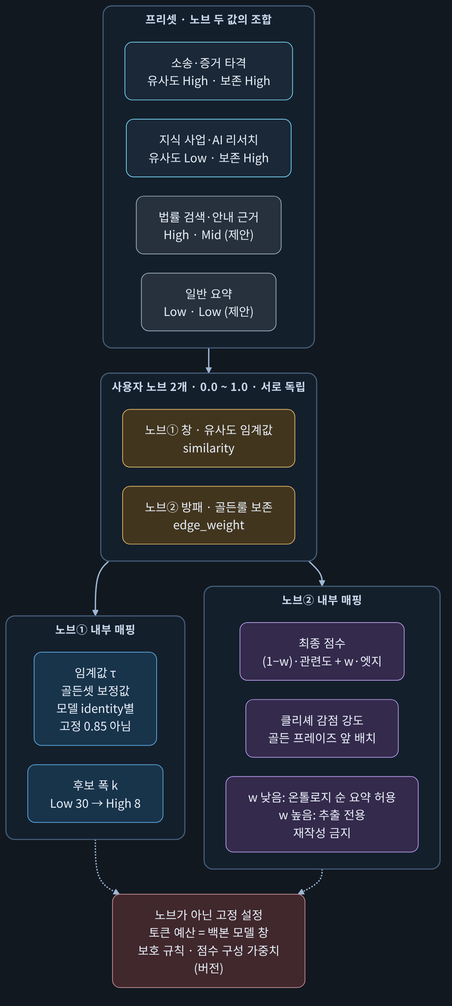
Above: docs/diagrams/03-two-knobs.png in ai-agent-orchestrator/langchain-rag-research-agent (Mermaid), before the change. Its source is kept beside it as docs/diagrams/03-two-knobs.mmd.
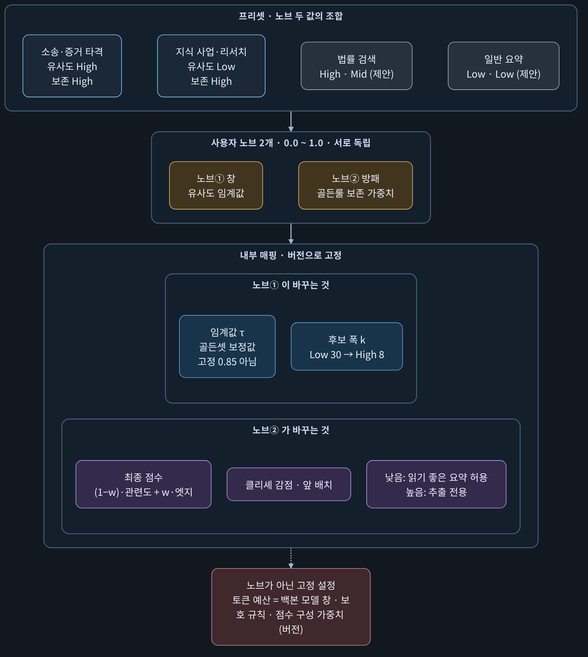
After the change.

Diff of the diagram source:
```diff
@@ -1,38 +1,32 @@
 flowchart TB
   subgraph P["프리셋 · 노브 두 값의 조합"]
     direction LR
-    P1["소송·증거 타격<br/>유사도 High · 보존 High"]
-    P2["지식 사업·AI 리서치<br/>유사도 Low · 보존 High"]
-    P3["법률 검색·안내 근거<br/>High · Mid (제안)"]
-    P4["일반 요약<br/>Low · Low (제안)"]
+    P1["소송·증거 타격<br/>유사도 High<br/>보존 High"] ~~~ P2["지식 사업·리서치<br/>유사도 Low<br/>보존 High"] ~~~ P3["법률 검색<br/>High · Mid (제안)"] ~~~ P4["일반 요약<br/>Low · Low (제안)"]
   end
   subgraph K["사용자 노브 2개 · 0.0 ~ 1.0 · 서로 독립"]
     direction LR
-    K1["노브① 창 · 유사도 임계값<br/>similarity"]
-    K2["노브② 방패 · 골든룰 보존<br/>edge_weight"]
+    K1["노브① 창<br/>유사도 임계값"] ~~~ K2["노브② 방패<br/>골든룰 보존 가중치"]
   end
-  subgraph M1G["노브① 내부 매핑"]
+  subgraph MAP["내부 매핑 · 버전으로 고정"]
     direction LR
-    M1["임계값 τ<br/>골든셋 보정값<br/>모델 identity별<br/>고정 0.85 아님"]
-    M2["후보 폭 k<br/>Low 30 → High 8"]
+    subgraph MB["노브② 가 바꾸는 것"]
+      direction TB
+      M3["최종 점수<br/>(1−w)·관련도 + w·엣지"]
+      M4["클리셰 감점 · 앞 배치"]
+      M5["낮음: 읽기 좋은 요약 허용<br/>높음: 추출 전용"]
+    end
+    subgraph MA["노브① 이 바꾸는 것"]
+      direction TB
+      M1["임계값 τ<br/>골든셋 보정값<br/>고정 0.85 아님"]
+      M2["후보 폭 k<br/>Low 30 → High 8"]
+    end
   end
-  subgraph M2G["노브② 내부 매핑"]
-    direction LR
-    M3["최종 점수<br/>(1−w)·관련도 + w·엣지"]
-    M4["클리셰 감점 강도<br/>골든 프레이즈 앞 배치"]
-    M5["w 낮음: 온톨로지 순 요약 허용<br/>w 높음: 추출 전용<br/>재작성 금지"]
-  end
-  P --> K
-  K1 --> M1G
-  K2 --> M2G
-  FIX["노브가 아닌 고정 설정<br/>토큰 예산 = 백본 모델 창<br/>보호 규칙 · 점수 구성 가중치(버전)"]
-  M1G -.-> FIX
-  M2G -.-> FIX
+  FIX["노브가 아닌 고정 설정<br/>토큰 예산 = 백본 모델 창 · 보호 규칙 · 점수 구성 가중치 (버전)"]
+  P --> K --> MAP -.-> FIX
   classDef strategy fill:#173b3e,stroke:#66cfc8,color:#e6edf6;
   classDef architecture fill:#342a4c,stroke:#b39ae5,color:#e6edf6;
   classDef engineering fill:#18344b,stroke:#5ba7db,color:#e6edf6;
   classDef python fill:#26313d,stroke:#a1afbf,color:#e6edf6;
-  classDef java fill:#1f3320,stroke:#8fcf86,color:#e6edf6;
   classDef guard fill:#263c17,stroke:#91cc45,stroke-width:3px,color:#e6edf6;
   classDef worker fill:#4b2b22,stroke:#d39a6a,stroke-width:3px,color:#e6edf6;
   classDef control fill:#42351e,stroke:#ddb965,color:#e6edf6;
@@ -46,5 +40,6 @@
   class FIX stop;
   style P fill:#141f2c,stroke:#455f79,stroke-width:1.5px,color:#c9d8eb
   style K fill:#141f2c,stroke:#455f79,stroke-width:1.5px,color:#c9d8eb
-  style M1G fill:#141f2c,stroke:#455f79,stroke-width:1.5px,color:#c9d8eb
-  style M2G fill:#141f2c,stroke:#455f79,stroke-width:1.5px,color:#c9d8eb
+  style MAP fill:#141f2c,stroke:#455f79,stroke-width:1.5px,color:#c9d8eb
+  style MA fill:#141f2c,stroke:#455f79,stroke-width:1.5px,color:#c9d8eb
+  style MB fill:#141f2c,stroke:#455f79,stroke-width:1.5px,color:#c9d8eb
```
